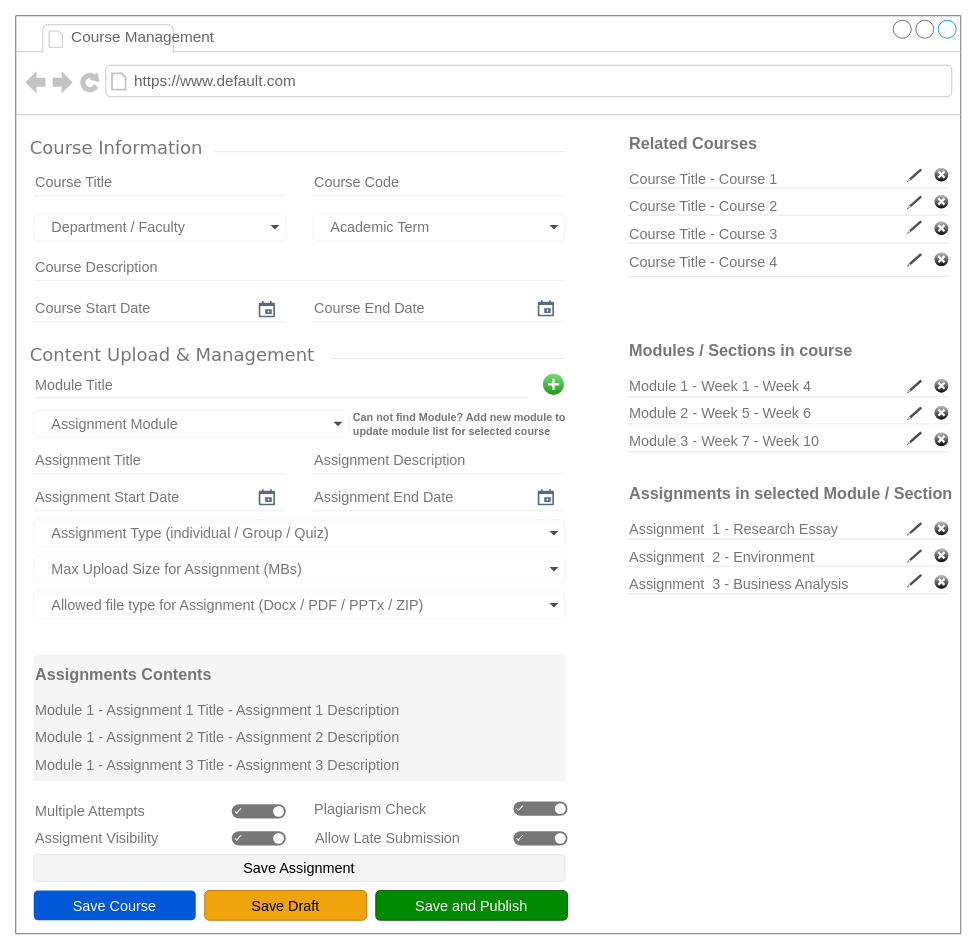
Earlier version of the draw.io diagram page "Course Management" (4 of 7) of 02 - LMS-SysCollege/04 - UI_Designs/WireFrame.drawio (ZohaibWaqarMalik/Technical-Business-Analyst-Projects). Source tidied: cells renumbered, new cells numbered last; positions are measured from the earlier drawing's top-left corner, leaving out a move shared by most shapes. Both pictures are drawn from the tidied source at 90%, with x=0, y=0 at pixel (15, 15).
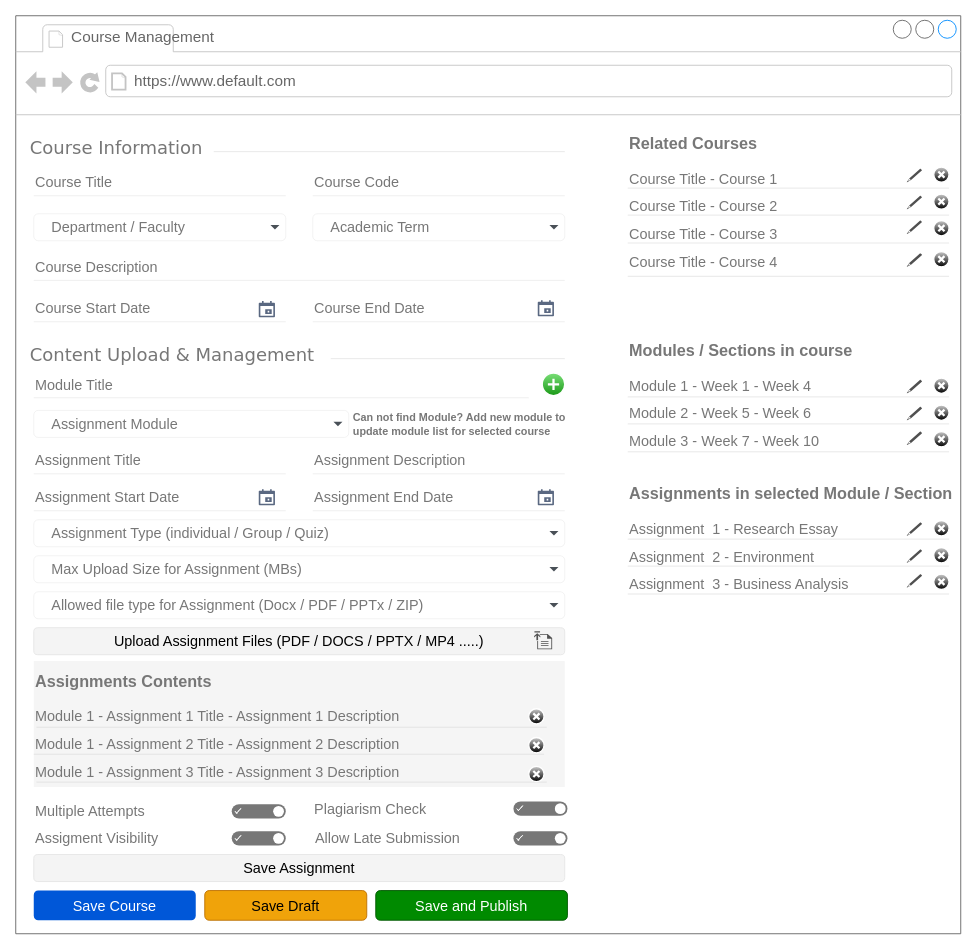
Above is the later version.

Commit message (it also covers changes not shown here):
Update Wireframe Course Management

Unchanged cells that the change refers to:
```xml
<mxCell id="2" style="strokeWidth=1;shadow=0;dashed=0;align=center;html=1;shape=mxgraph.mockup.containers.browserWindow;rSize=0;strokeColor=#666666;mainText=,;rounded=0;labelBackgroundColor=none;fontFamily=Verdana;fontSize=12;" parent="1" vertex="1">
  <mxGeometry width="1050" height="1020" as="geometry" />
</mxCell>
```

Diff of the diagram source:
```diff
@@
     <mxCell id="100" value="&lt;h1 style=&quot;margin-top: 0px;&quot;&gt;&lt;font style=&quot;font-size: 18px; color: rgb(119, 119, 119);&quot;&gt;Assignments Contents&lt;/font&gt;&lt;/h1&gt;&lt;p&gt;&lt;font style=&quot;font-size: 16px; color: rgb(119, 119, 119);&quot;&gt;&lt;span style=&quot;background-color: transparent;&quot;&gt;Module 1 - Assignment 1 Title - Assignment 1 Description&lt;/span&gt;&lt;/font&gt;&lt;/p&gt;&lt;p&gt;&lt;span style=&quot;color: rgb(119, 119, 119); font-size: 16px;&quot;&gt;Module 1 - Assignment 2 Title - Assignment 2 Description&lt;/span&gt;&lt;/p&gt;&lt;p&gt;&lt;span style=&quot;color: rgb(119, 119, 119); font-size: 16px;&quot;&gt;Module 1 - Assignment 3 Title - Assignment 3 Description&lt;/span&gt;&lt;/p&gt;" style="text;html=1;whiteSpace=wrap;overflow=hidden;rounded=0;fillColor=#f5f5f5;strokeColor=none;fontColor=#333333;" parent="2" vertex="1">
-      <mxGeometry x="20" y="710" width="590" height="140" as="geometry" />
+      <mxGeometry x="20" y="717" width="590" height="140" as="geometry" />
     </mxCell>
+    <mxCell id="101" value="&lt;font style=&quot;font-size: 16px;&quot;&gt;Upload Assignment Files (PDF / DOCS / PPTX / MP4 .....)&lt;/font&gt;" style="rounded=1;html=1;shadow=0;dashed=0;whiteSpace=wrap;fontSize=10;fillColor=#F4F4F4;align=center;strokeColor=#E6E6E6;fontColor=#000000;" parent="2" vertex="1">
+      <mxGeometry x="20" y="680" width="590" height="30" as="geometry" />
+    </mxCell>
+    <mxCell id="102" style="sketch=0;shadow=0;dashed=0;html=1;strokeColor=none;fillColor=#505050;labelPosition=center;verticalLabelPosition=bottom;verticalAlign=top;align=center;shape=mxgraph.office.concepts.upload;" parent="2" vertex="1">
+      <mxGeometry x="576" y="684" width="20" height="20" as="geometry" />
+    </mxCell>
+    <mxCell id="103" style="dashed=0;shape=line;strokeWidth=1;noLabel=1;strokeColor=#cccccc;opacity=50;fontSize=14;" parent="2" vertex="1">
+      <mxGeometry x="23" y="790" width="567" height="1" as="geometry" />
+    </mxCell>
+    <mxCell id="104" style="dashed=0;shape=line;strokeWidth=1;noLabel=1;strokeColor=#cccccc;opacity=50;fontSize=14;" parent="2" vertex="1">
+      <mxGeometry x="20" y="820" width="567" height="1" as="geometry" />
+    </mxCell>
+    <mxCell id="105" style="dashed=0;shape=line;strokeWidth=1;noLabel=1;strokeColor=#cccccc;opacity=50;fontSize=14;" parent="2" vertex="1">
+      <mxGeometry x="23" y="851" width="567" height="1" as="geometry" />
+    </mxCell>
+    <mxCell id="106" style="verticalLabelPosition=bottom;verticalAlign=top;html=1;shadow=0;dashed=0;strokeWidth=1;shape=mxgraph.ios.iDeleteApp;fillColor=#cccccc;fillColor2=#000000;strokeColor=#ffffff;sketch=0;" parent="2" vertex="1">
+      <mxGeometry x="570" y="770" width="17" height="17" as="geometry" />
+    </mxCell>
+    <mxCell id="107" style="verticalLabelPosition=bottom;verticalAlign=top;html=1;shadow=0;dashed=0;strokeWidth=1;shape=mxgraph.ios.iDeleteApp;fillColor=#cccccc;fillColor2=#000000;strokeColor=#ffffff;sketch=0;" parent="2" vertex="1">
+      <mxGeometry x="570" y="802" width="17" height="17" as="geometry" />
+    </mxCell>
+    <mxCell id="108" style="verticalLabelPosition=bottom;verticalAlign=top;html=1;shadow=0;dashed=0;strokeWidth=1;shape=mxgraph.ios.iDeleteApp;fillColor=#cccccc;fillColor2=#000000;strokeColor=#ffffff;sketch=0;" parent="2" vertex="1">
+      <mxGeometry x="570" y="834" width="17" height="17" as="geometry" />
+    </mxCell>
```
